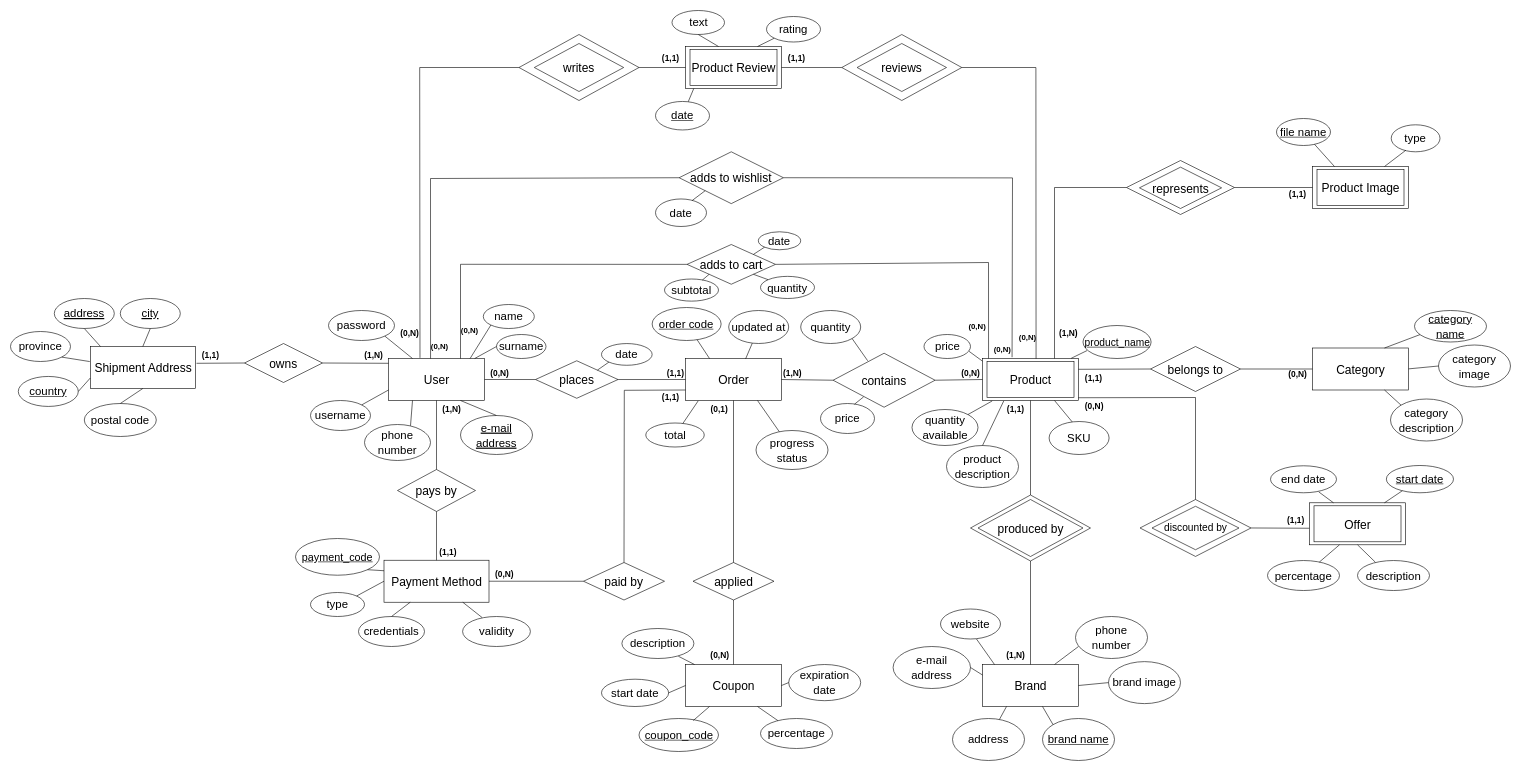
Tecnologie-Del-Web/Project keeps this draw.io diagram as documentation/database/ER.drawio. Above is the earlier version. Source tidied: cells renumbered, new cells numbered last; positions are measured from the earlier drawing's top-left corner, leaving out a move shared by most shapes. Both pictures are drawn from the tidied source at 60%, with x=0, y=0 at pixel (10, 10).
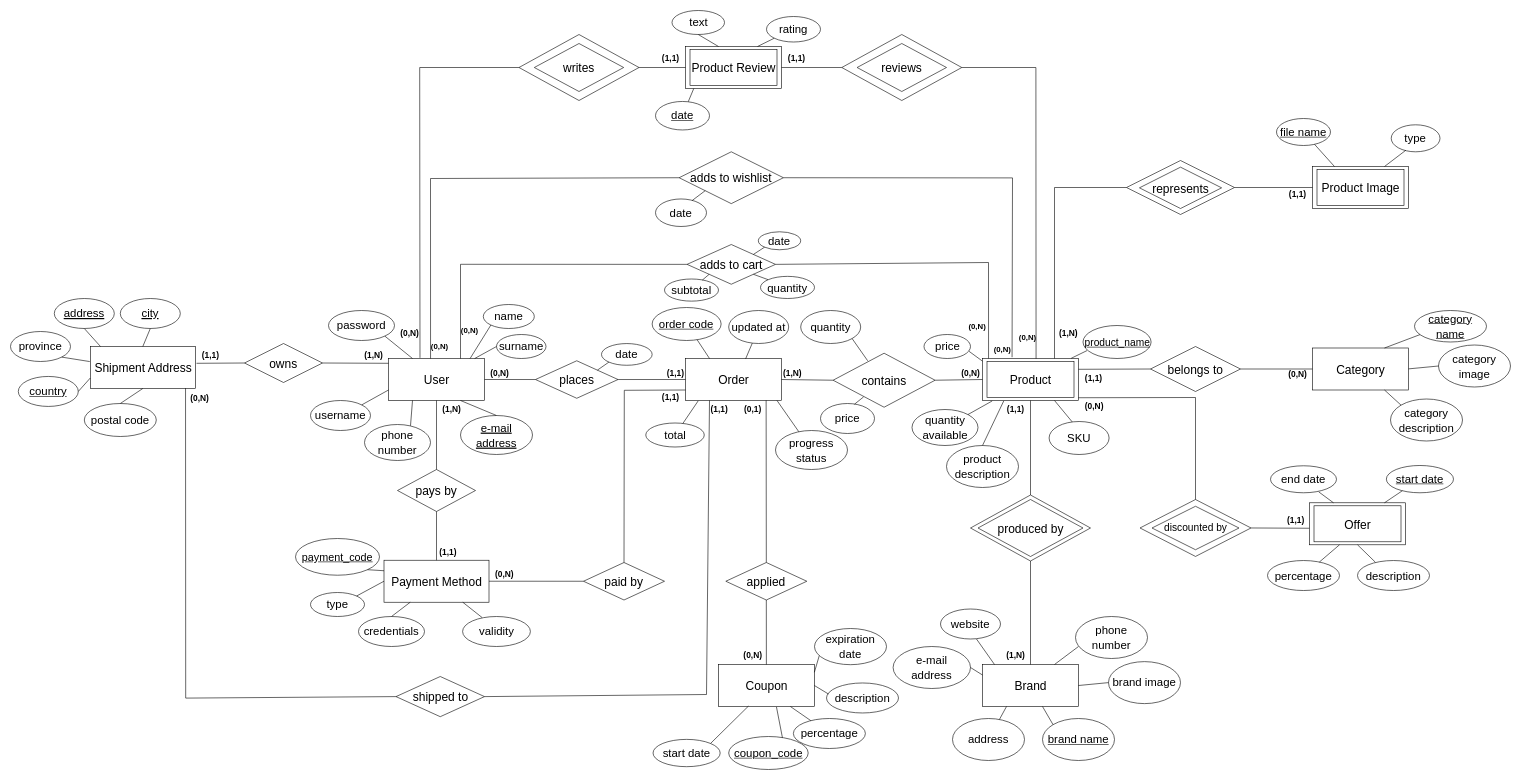
The same diagram, later.

The change refers to these unchanged cells:
```xml
<mxCell id="6" value="&lt;font style=&quot;font-size: 20px;&quot;&gt;Order&lt;/font&gt;" style="html=1;dashed=0;whitespace=wrap;" parent="1" vertex="1">
  <mxGeometry x="1125" y="580" width="160" height="70" as="geometry" />
</mxCell>
<mxCell id="10" value="&lt;font style=&quot;font-size: 20px;&quot;&gt;Shipment Address&lt;/font&gt;" style="html=1;dashed=0;whitespace=wrap;" parent="1" vertex="1">
  <mxGeometry x="133" y="560" width="175" height="70" as="geometry" />
</mxCell>
```

Diff of the diagram source:
```diff
@@
     <mxCell id="54" value="&lt;font style=&quot;font-size: 19px;&quot;&gt;progress status&lt;/font&gt;" style="ellipse;whiteSpace=wrap;html=1;fontSize=20;" parent="1" vertex="1">
-      <mxGeometry x="1242.5" y="700" width="120" height="65" as="geometry" />
+      <mxGeometry x="1275" y="700" width="120" height="65" as="geometry" />
     </mxCell>
-    <mxCell id="55" style="endArrow=none;html=1;rounded=0;fontSize=20;exitX=0.75;exitY=1;exitDx=0;exitDy=0;" parent="1" edge="1" source="6" target="54">
-      <mxGeometry relative="1" as="geometry" />
+    <mxCell id="55" style="endArrow=none;html=1;rounded=0;fontSize=20;exitX=0.75;exitY=1;exitDx=0;exitDy=0;" parent="1" edge="1" target="54">
+      <mxGeometry relative="1" as="geometry">
+        <mxPoint x="1277.5" y="650" as="sourcePoint" />
+      </mxGeometry>
     </mxCell>
@@
     <mxCell id="133" value="&lt;font style=&quot;font-size: 20px;&quot;&gt;applied&lt;/font&gt;" style="shape=rhombus;perimeter=rhombusPerimeter;whiteSpace=wrap;html=1;align=center;" parent="1" vertex="1">
-      <mxGeometry x="1137.5" y="920" width="135" height="62.5" as="geometry" />
+      <mxGeometry x="1192.2" y="920" width="135" height="62.5" as="geometry" />
     </mxCell>
     <mxCell id="134" value="&lt;font style=&quot;font-size: 20px;&quot;&gt;Coupon&lt;/font&gt;" style="html=1;dashed=0;whitespace=wrap;" parent="1" vertex="1">
-      <mxGeometry x="1125" y="1090" width="160" height="70" as="geometry" />
+      <mxGeometry x="1179.8" y="1090" width="160" height="70" as="geometry" />
     </mxCell>
-    <mxCell id="135" style="endArrow=none;html=1;rounded=0;fontSize=20;entryX=0.5;entryY=1;entryDx=0;entryDy=0;exitX=0.5;exitY=0;exitDx=0;exitDy=0;" parent="1" edge="1" source="133" target="6">
+    <mxCell id="135" style="endArrow=none;html=1;rounded=0;fontSize=20;entryX=0.84;entryY=0.997;entryDx=0;entryDy=0;exitX=0.5;exitY=0;exitDx=0;exitDy=0;entryPerimeter=0;" parent="1" edge="1" source="133" target="6">
       <mxGeometry relative="1" as="geometry" />
     </mxCell>
@@
     <mxCell id="137" value="&lt;font style=&quot;font-size: 19px;&quot;&gt;percentage&lt;/font&gt;" style="ellipse;whiteSpace=wrap;html=1;fontSize=20;" parent="1" vertex="1">
-      <mxGeometry x="1250" y="1180" width="120" height="50" as="geometry" />
+      <mxGeometry x="1304.8" y="1180" width="120" height="50" as="geometry" />
     </mxCell>
     <mxCell id="138" value="&lt;span style=&quot;font-size: 19px;&quot;&gt;&lt;u&gt;coupon_code&lt;/u&gt;&lt;/span&gt;" style="ellipse;whiteSpace=wrap;html=1;fontSize=20;" parent="1" vertex="1">
-      <mxGeometry x="1047.5" y="1180" width="132.5" height="55" as="geometry" />
+      <mxGeometry x="1197" y="1210" width="132.5" height="55" as="geometry" />
     </mxCell>
-    <mxCell id="139" style="endArrow=none;html=1;rounded=0;fontSize=20;entryX=0.25;entryY=1;entryDx=0;entryDy=0;exitX=0.682;exitY=0.063;exitDx=0;exitDy=0;exitPerimeter=0;" parent="1" edge="1" source="138" target="134">
+    <mxCell id="139" style="endArrow=none;html=1;rounded=0;fontSize=20;entryX=0.605;entryY=1.01;entryDx=0;entryDy=0;exitX=0.676;exitY=0.038;exitDx=0;exitDy=0;exitPerimeter=0;entryPerimeter=0;" parent="1" edge="1" source="138" target="134">
       <mxGeometry relative="1" as="geometry" />
     </mxCell>
@@
     <mxCell id="141" value="&lt;font style=&quot;font-size: 19px;&quot;&gt;description&lt;/font&gt;" style="ellipse;whiteSpace=wrap;html=1;fontSize=20;" parent="1" vertex="1">
-      <mxGeometry x="1019" y="1030" width="120" height="50" as="geometry" />
+      <mxGeometry x="1360" y="1120.8" width="120" height="50" as="geometry" />
     </mxCell>
     <mxCell id="142" value="&lt;font style=&quot;font-size: 19px;&quot;&gt;expiration date&lt;/font&gt;" style="ellipse;whiteSpace=wrap;html=1;fontSize=20;" parent="1" vertex="1">
-      <mxGeometry x="1297" y="1090" width="120" height="60.3" as="geometry" />
+      <mxGeometry x="1340" y="1030" width="120" height="60.3" as="geometry" />
     </mxCell>
     <mxCell id="143" value="&lt;font style=&quot;font-size: 19px;&quot;&gt;start date&lt;/font&gt;" style="ellipse;whiteSpace=wrap;html=1;fontSize=20;" parent="1" vertex="1">
-      <mxGeometry x="985" y="1114.5" width="111.9" height="45.5" as="geometry" />
+      <mxGeometry x="1070.9" y="1214.8" width="111.9" height="45.5" as="geometry" />
     </mxCell>
-    <mxCell id="144" style="endArrow=none;html=1;rounded=0;fontSize=20;entryX=0.785;entryY=0.926;entryDx=0;entryDy=0;entryPerimeter=0;exitX=0.094;exitY=0;exitDx=0;exitDy=0;exitPerimeter=0;" parent="1" edge="1" source="134" target="141">
+    <mxCell id="144" style="endArrow=none;html=1;rounded=0;fontSize=20;entryX=0.028;entryY=0.369;entryDx=0;entryDy=0;entryPerimeter=0;exitX=1;exitY=0.5;exitDx=0;exitDy=0;" parent="1" edge="1" source="134" target="141">
       <mxGeometry relative="1" as="geometry" />
     </mxCell>
-    <mxCell id="145" style="endArrow=none;html=1;rounded=0;fontSize=20;entryX=1;entryY=0.5;entryDx=0;entryDy=0;exitX=0;exitY=0.5;exitDx=0;exitDy=0;" parent="1" edge="1" source="134" target="143">
+    <mxCell id="145" style="endArrow=none;html=1;rounded=0;fontSize=20;entryX=1;entryY=0;entryDx=0;entryDy=0;exitX=0.313;exitY=0.991;exitDx=0;exitDy=0;exitPerimeter=0;" parent="1" edge="1" source="134" target="143">
       <mxGeometry relative="1" as="geometry" />
     </mxCell>
-    <mxCell id="146" style="endArrow=none;html=1;rounded=0;fontSize=20;entryX=1;entryY=0.5;entryDx=0;entryDy=0;exitX=0;exitY=0.5;exitDx=0;exitDy=0;" parent="1" edge="1" source="142" target="134">
+    <mxCell id="146" style="endArrow=none;html=1;rounded=0;fontSize=20;entryX=1;entryY=0.185;entryDx=0;entryDy=0;entryPerimeter=0;exitX=0.066;exitY=0.751;exitDx=0;exitDy=0;exitPerimeter=0;" parent="1" edge="1" source="142" target="134">
       <mxGeometry relative="1" as="geometry" />
     </mxCell>
     <mxCell id="147" value="&lt;font style=&quot;font-size: 14px;&quot;&gt;&lt;b&gt;(0,1)&lt;/b&gt;&lt;/font&gt;" style="text;html=1;align=center;verticalAlign=middle;strokeColor=none;fillColor=none;" parent="1" vertex="1">
-      <mxGeometry x="1156.2" y="650" width="50" height="30" as="geometry" />
+      <mxGeometry x="1212" y="650" width="50" height="30" as="geometry" />
     </mxCell>
     <mxCell id="148" value="&lt;font style=&quot;font-size: 14px;&quot;&gt;&lt;b&gt;(0,N)&lt;/b&gt;&lt;/font&gt;" style="text;html=1;align=center;verticalAlign=middle;strokeColor=none;fillColor=none;" parent="1" vertex="1">
-      <mxGeometry x="1157.2" y="1060" width="50" height="30" as="geometry" />
+      <mxGeometry x="1212" y="1060" width="50" height="30" as="geometry" />
     </mxCell>
@@
+    <mxCell id="200" style="endArrow=none;html=1;rounded=0;fontSize=20;exitX=0.907;exitY=0.991;exitDx=0;exitDy=0;exitPerimeter=0;entryX=0;entryY=0.5;entryDx=0;entryDy=0;" parent="1" edge="1" source="10" target="201">
+      <mxGeometry relative="1" as="geometry">
+        <Array as="points">
+          <mxPoint x="292" y="1146" />
+        </Array>
+      </mxGeometry>
+    </mxCell>
+    <mxCell id="201" value="&lt;font style=&quot;font-size: 20px;&quot;&gt;shipped to&lt;br&gt;&lt;/font&gt;" style="shape=rhombus;perimeter=rhombusPerimeter;whiteSpace=wrap;html=1;align=center;" parent="1" vertex="1">
+      <mxGeometry x="642.5" y="1110" width="147.5" height="67" as="geometry" />
+    </mxCell>
+    <mxCell id="202" style="endArrow=none;html=1;rounded=0;fontSize=20;exitX=0.25;exitY=1;exitDx=0;exitDy=0;entryX=1;entryY=0.5;entryDx=0;entryDy=0;" parent="1" edge="1" source="6" target="201">
+      <mxGeometry relative="1" as="geometry">
+        <Array as="points">
+          <mxPoint x="1160" y="1140" />
+        </Array>
+      </mxGeometry>
+    </mxCell>
+    <mxCell id="203" value="&lt;font style=&quot;font-size: 14px;&quot;&gt;&lt;b&gt;(1,1)&lt;/b&gt;&lt;/font&gt;" style="text;html=1;align=center;verticalAlign=middle;strokeColor=none;fillColor=none;" parent="1" vertex="1">
+      <mxGeometry x="1156.2" y="650" width="50" height="30" as="geometry" />
+    </mxCell>
+    <mxCell id="204" value="&lt;font style=&quot;font-size: 14px;&quot;&gt;&lt;b&gt;(0,N)&lt;/b&gt;&lt;/font&gt;" style="text;html=1;align=center;verticalAlign=middle;strokeColor=none;fillColor=none;" parent="1" vertex="1">
+      <mxGeometry x="290" y="631.2" width="50" height="30" as="geometry" />
+    </mxCell>
```
